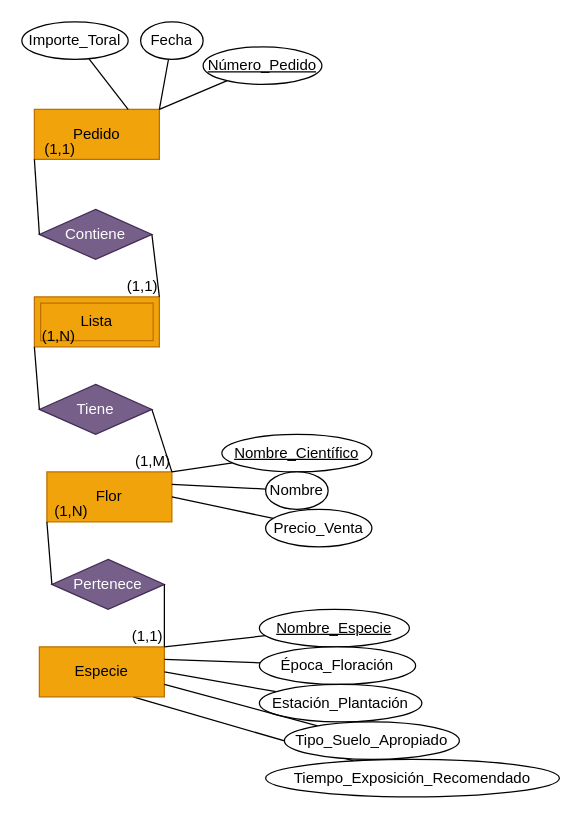
This is Actividad_02/34.drawio from Petter5-5/Base_De_DatosDAM, a draw.io file, before an edit. Source tidied: cells renumbered, new cells numbered last; positions are measured from the earlier drawing's top-left corner, leaving out a move shared by most shapes. Both pictures are drawn from the tidied source at 125%, with x=0, y=0 at pixel (21, 21).
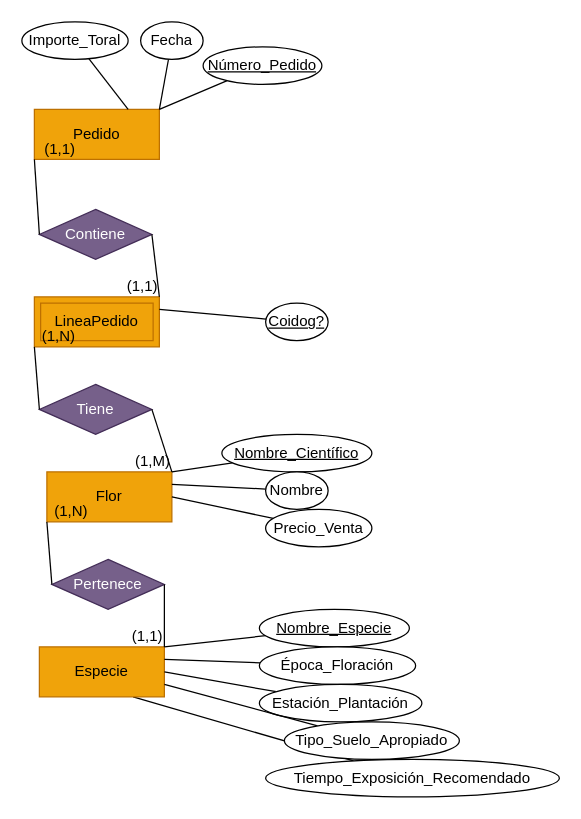
After the change.

What changed in the source:
```diff
@@
-    <mxCell id="4" value="Lista" style="shape=ext;margin=3;double=1;whiteSpace=wrap;html=1;align=center;fillColor=#f0a30a;fontColor=#000000;strokeColor=#BD7000;" parent="1" vertex="1">
+    <mxCell id="4" value="LineaPedido" style="shape=ext;margin=3;double=1;whiteSpace=wrap;html=1;align=center;fillColor=#f0a30a;fontColor=#000000;strokeColor=#BD7000;" parent="1" vertex="1">
       <mxGeometry x="10" y="220" width="100" height="40" as="geometry" />
     </mxCell>
@@
+    <mxCell id="43" style="endArrow=none;html=1;rounded=0;exitX=1;exitY=0.25;exitDx=0;exitDy=0;" parent="1" edge="1" source="4" target="44">
+      <mxGeometry relative="1" as="geometry" />
+    </mxCell>
+    <mxCell id="44" value="&lt;u&gt;Coidog?&lt;/u&gt;" style="ellipse;whiteSpace=wrap;html=1;align=center;" parent="1" vertex="1">
+      <mxGeometry x="195" y="225" width="50" height="30" as="geometry" />
+    </mxCell>
```
